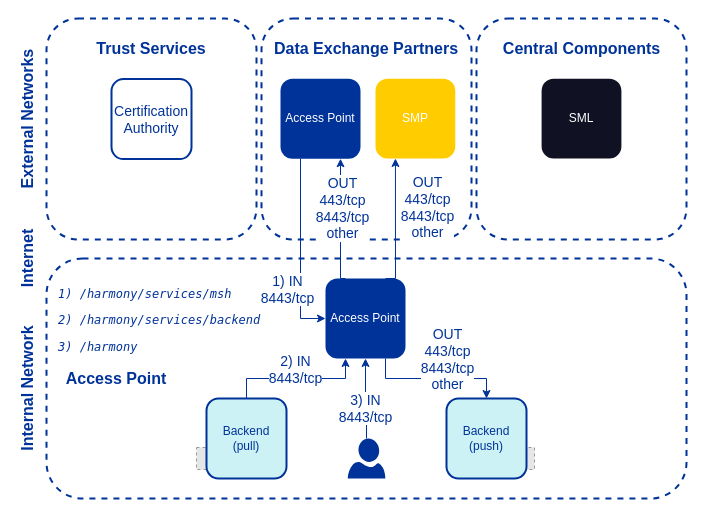
Above: doc/img/ig-as_network_diagram.drawio in nordic-institute/harmony-common (draw.io), before the change. Source tidied: cells renumbered, new cells numbered last; positions are measured from the earlier drawing's top-left corner, leaving out a move shared by most shapes. Both pictures are drawn from the tidied source at 100%, with x=0, y=0 at pixel (-53, 18). Pictures stored in the file or linked from it are replaced by grey dashed boxes.
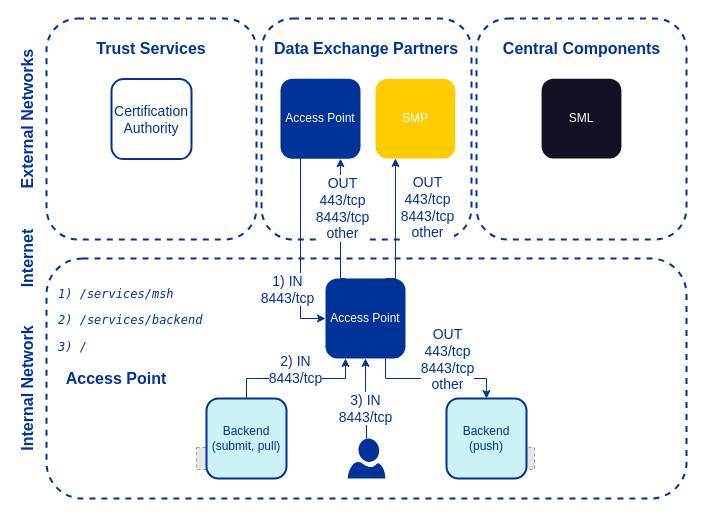
After the change.

The edit, as a diff of the source:
```diff
@@
-    <mxCell id="32" value="&lt;font&gt;&lt;span&gt;Backend&lt;br&gt;(pull)&lt;br&gt;&lt;/span&gt;&lt;/font&gt;" style="rounded=1;whiteSpace=wrap;html=1;strokeWidth=2;fillColor=#CDF2F6;fontColor=#003399;strokeColor=#003399;" parent="1" vertex="1">
+    <mxCell id="32" value="&lt;font&gt;&lt;span&gt;Backend&lt;br&gt;(submit, pull)&lt;br&gt;&lt;/span&gt;&lt;/font&gt;" style="rounded=1;whiteSpace=wrap;html=1;strokeWidth=2;fillColor=#CDF2F6;fontColor=#003399;strokeColor=#003399;" parent="1" vertex="1">
       <mxGeometry x="259" y="380" width="80" height="80" as="geometry" />
     </mxCell>
@@
-    <mxCell id="34" value="&lt;pre style=&quot;background-color: rgb(255 , 255 , 255) ; font-family: &amp;#34;menlo&amp;#34; ; font-size: 12px&quot;&gt;&lt;span style=&quot;font-style: italic ; font-size: 12px&quot;&gt;1) /harmony/services/msh&lt;/span&gt;&lt;/pre&gt;&lt;pre style=&quot;background-color: rgb(255 , 255 , 255) ; font-family: &amp;#34;menlo&amp;#34; ; font-size: 12px&quot;&gt;&lt;pre style=&quot;font-family: &amp;#34;menlo&amp;#34;&quot;&gt;&lt;span style=&quot;font-style: italic&quot;&gt;2) /harmony/services/backend&lt;/span&gt;&lt;/pre&gt;&lt;pre style=&quot;font-family: &amp;#34;menlo&amp;#34;&quot;&gt;&lt;span style=&quot;font-style: italic&quot;&gt;3) /harmony&lt;/span&gt;&lt;/pre&gt;&lt;/pre&gt;" style="text;whiteSpace=wrap;html=1;fontSize=12;fontColor=#003399;" parent="1" vertex="1">
+    <mxCell id="34" value="&lt;pre style=&quot;background-color: rgb(255 , 255 , 255) ; font-family: &amp;#34;menlo&amp;#34; ; font-size: 12px&quot;&gt;&lt;span style=&quot;font-style: italic ; font-size: 12px&quot;&gt;1) /services/msh&lt;/span&gt;&lt;/pre&gt;&lt;pre style=&quot;background-color: rgb(255 , 255 , 255) ; font-family: &amp;#34;menlo&amp;#34; ; font-size: 12px&quot;&gt;&lt;pre style=&quot;font-family: &amp;#34;menlo&amp;#34;&quot;&gt;&lt;span style=&quot;font-style: italic&quot;&gt;2) /services/backend&lt;/span&gt;&lt;/pre&gt;&lt;pre style=&quot;font-family: &amp;#34;menlo&amp;#34;&quot;&gt;&lt;span style=&quot;font-style: italic&quot;&gt;3) /&lt;/span&gt;&lt;/pre&gt;&lt;/pre&gt;" style="text;whiteSpace=wrap;html=1;fontSize=12;fontColor=#003399;" parent="1" vertex="1">
       <mxGeometry x="109" y="250" width="220" height="60" as="geometry" />
     </mxCell>
```
